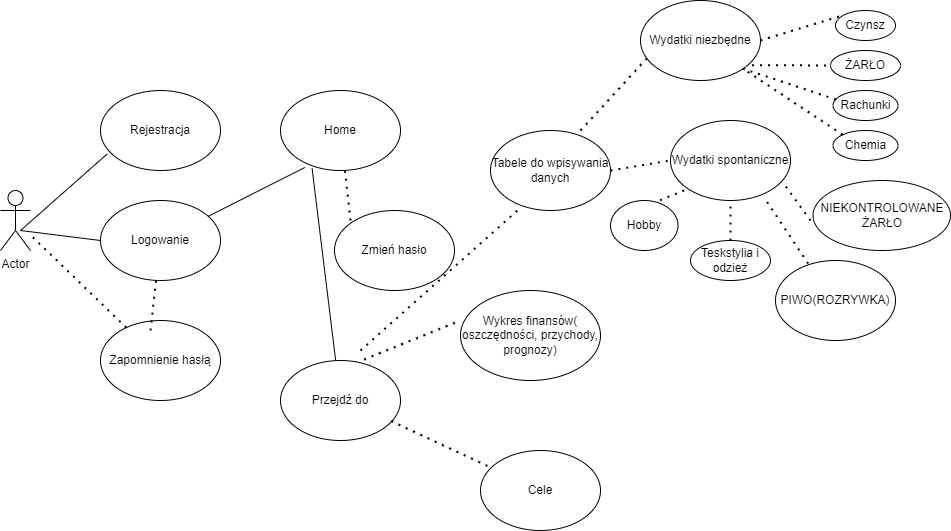
missbo-cyber/Project keeps this draw.io diagram as Diagram_finansow.png. Above is the earlier version. Source tidied: cells renumbered, new cells last; positions are measured from the earlier drawing's top-left corner, leaving out a move shared by most shapes. Its diagram source:
```xml
<mxGraphModel>
  <root>
    <mxCell id="0" />
    <mxCell id="1" parent="0" />
    <mxCell id="2" value="Actor" style="shape=umlActor;verticalLabelPosition=bottom;verticalAlign=top;html=1;outlineConnect=0;" parent="1" vertex="1">
      <mxGeometry y="190" width="30" height="60" as="geometry" />
    </mxCell>
    <mxCell id="3" value="Logowanie" style="ellipse;whiteSpace=wrap;html=1;" parent="1" vertex="1">
      <mxGeometry x="100" y="200" width="120" height="80" as="geometry" />
    </mxCell>
    <mxCell id="4" value="Rejestracja" style="ellipse;whiteSpace=wrap;html=1;" parent="1" vertex="1">
      <mxGeometry x="100" y="90" width="120" height="80" as="geometry" />
    </mxCell>
    <mxCell id="5" value="Zapomnienie hasłą" style="ellipse;whiteSpace=wrap;html=1;" parent="1" vertex="1">
      <mxGeometry x="100" y="320" width="120" height="80" as="geometry" />
    </mxCell>
    <mxCell id="6" style="endArrow=none;html=1;rounded=0;" parent="1" edge="1">
      <mxGeometry relative="1" as="geometry">
        <mxPoint x="20" y="230" as="sourcePoint" />
        <mxPoint x="100" y="240" as="targetPoint" />
      </mxGeometry>
    </mxCell>
    <mxCell id="7" value="Home" style="ellipse;whiteSpace=wrap;html=1;" parent="1" vertex="1">
      <mxGeometry x="280" y="90" width="120" height="80" as="geometry" />
    </mxCell>
    <mxCell id="8" style="endArrow=none;html=1;rounded=0;entryX=0.203;entryY=0.962;entryDx=0;entryDy=0;entryPerimeter=0;" parent="1" edge="1" source="3" target="7">
      <mxGeometry relative="1" as="geometry" />
    </mxCell>
    <mxCell id="9" style="endArrow=none;html=1;rounded=0;entryX=0.057;entryY=0.792;entryDx=0;entryDy=0;entryPerimeter=0;" parent="1" edge="1" target="4">
      <mxGeometry relative="1" as="geometry">
        <mxPoint x="20" y="230" as="sourcePoint" />
      </mxGeometry>
    </mxCell>
    <mxCell id="10" style="endArrow=none;dashed=1;html=1;dashPattern=1 3;strokeWidth=2;rounded=0;" parent="1" edge="1" source="5" target="2">
      <mxGeometry relative="1" as="geometry" />
    </mxCell>
    <mxCell id="11" style="endArrow=none;dashed=1;html=1;dashPattern=1 3;strokeWidth=2;rounded=0;" parent="1" edge="1" target="3">
      <mxGeometry relative="1" as="geometry">
        <mxPoint x="150" y="330" as="sourcePoint" />
      </mxGeometry>
    </mxCell>
    <mxCell id="12" value="Zmień hasło" style="ellipse;whiteSpace=wrap;html=1;" parent="1" vertex="1">
      <mxGeometry x="334" y="210" width="120" height="80" as="geometry" />
    </mxCell>
    <mxCell id="13" style="endArrow=none;dashed=1;html=1;dashPattern=1 3;strokeWidth=2;rounded=0;" parent="1" edge="1" target="7">
      <mxGeometry relative="1" as="geometry">
        <mxPoint x="350" y="220" as="sourcePoint" />
      </mxGeometry>
    </mxCell>
    <mxCell id="14" value="Przejdź do" style="ellipse;whiteSpace=wrap;html=1;" parent="1" vertex="1">
      <mxGeometry x="280" y="360" width="120" height="80" as="geometry" />
    </mxCell>
    <mxCell id="15" style="endArrow=none;html=1;rounded=0;entryX=0.263;entryY=0.972;entryDx=0;entryDy=0;entryPerimeter=0;" parent="1" edge="1" source="14" target="7">
      <mxGeometry relative="1" as="geometry" />
    </mxCell>
    <mxCell id="16" value="Wykres finansów( oszczędności, przychody, prognozy)" style="ellipse;whiteSpace=wrap;html=1;" parent="1" vertex="1">
      <mxGeometry x="460" y="290" width="140" height="90" as="geometry" />
    </mxCell>
    <mxCell id="17" style="endArrow=none;dashed=1;html=1;dashPattern=1 3;strokeWidth=2;rounded=0;exitX=0.697;exitY=-0.012;exitDx=0;exitDy=0;exitPerimeter=0;entryX=0;entryY=0.333;entryDx=0;entryDy=0;entryPerimeter=0;" parent="1" edge="1" source="14" target="16">
      <mxGeometry relative="1" as="geometry" />
    </mxCell>
    <mxCell id="18" value="Tabele do wpisywania&lt;br&gt;danych" style="ellipse;whiteSpace=wrap;html=1;" parent="1" vertex="1">
      <mxGeometry x="490" y="130" width="120" height="80" as="geometry" />
    </mxCell>
    <mxCell id="19" style="endArrow=none;dashed=1;html=1;dashPattern=1 3;strokeWidth=2;rounded=0;entryX=0.253;entryY=0.962;entryDx=0;entryDy=0;entryPerimeter=0;" parent="1" edge="1" target="18">
      <mxGeometry relative="1" as="geometry">
        <mxPoint x="360" y="350" as="sourcePoint" />
      </mxGeometry>
    </mxCell>
    <mxCell id="20" value="Cele" style="ellipse;whiteSpace=wrap;html=1;" parent="1" vertex="1">
      <mxGeometry x="480" y="450" width="120" height="80" as="geometry" />
    </mxCell>
    <mxCell id="21" style="endArrow=none;dashed=1;html=1;dashPattern=1 3;strokeWidth=2;rounded=0;exitX=0.923;exitY=0.758;exitDx=0;exitDy=0;exitPerimeter=0;" parent="1" edge="1" source="14" target="20">
      <mxGeometry relative="1" as="geometry" />
    </mxCell>
    <mxCell id="22" value="Wydatki niezbędne" style="ellipse;whiteSpace=wrap;html=1;" parent="1" vertex="1">
      <mxGeometry x="640" width="120" height="80" as="geometry" />
    </mxCell>
    <mxCell id="23" value="Wydatki spontaniczne" style="ellipse;whiteSpace=wrap;html=1;" parent="1" vertex="1">
      <mxGeometry x="670" y="120" width="120" height="80" as="geometry" />
    </mxCell>
    <mxCell id="24" style="endArrow=none;dashed=1;html=1;dashPattern=1 3;strokeWidth=2;rounded=0;exitX=0.75;exitY=0;exitDx=0;exitDy=0;exitPerimeter=0;entryX=0.057;entryY=0.717;entryDx=0;entryDy=0;entryPerimeter=0;" parent="1" edge="1" source="18" target="22">
      <mxGeometry relative="1" as="geometry" />
    </mxCell>
    <mxCell id="25" style="endArrow=none;dashed=1;html=1;dashPattern=1 3;strokeWidth=2;rounded=0;exitX=1;exitY=0.5;exitDx=0;exitDy=0;entryX=0;entryY=0.5;entryDx=0;entryDy=0;" parent="1" edge="1" source="18" target="23">
      <mxGeometry relative="1" as="geometry" />
    </mxCell>
    <mxCell id="26" value="Czynsz" style="ellipse;whiteSpace=wrap;html=1;" parent="1" vertex="1">
      <mxGeometry x="835" y="10" width="60" height="30" as="geometry" />
    </mxCell>
    <mxCell id="27" value="ŻARŁO" style="ellipse;whiteSpace=wrap;html=1;" parent="1" vertex="1">
      <mxGeometry x="830" y="50" width="70" height="30" as="geometry" />
    </mxCell>
    <mxCell id="28" value="Rachunki" style="ellipse;whiteSpace=wrap;html=1;" parent="1" vertex="1">
      <mxGeometry x="832.5" y="90" width="65" height="30" as="geometry" />
    </mxCell>
    <mxCell id="29" style="endArrow=none;dashed=1;html=1;dashPattern=1 3;strokeWidth=2;rounded=0;exitX=1;exitY=0.5;exitDx=0;exitDy=0;entryX=0;entryY=0;entryDx=0;entryDy=0;" parent="1" edge="1" source="22" target="26">
      <mxGeometry relative="1" as="geometry" />
    </mxCell>
    <mxCell id="30" style="endArrow=none;dashed=1;html=1;dashPattern=1 3;strokeWidth=2;rounded=0;exitX=0.93;exitY=0.808;exitDx=0;exitDy=0;exitPerimeter=0;entryX=0;entryY=0.5;entryDx=0;entryDy=0;" parent="1" edge="1" source="22" target="27">
      <mxGeometry relative="1" as="geometry" />
    </mxCell>
    <mxCell id="31" style="endArrow=none;dashed=1;html=1;dashPattern=1 3;strokeWidth=2;rounded=0;exitX=1;exitY=1;exitDx=0;exitDy=0;entryX=0.048;entryY=0.3;entryDx=0;entryDy=0;entryPerimeter=0;" parent="1" edge="1" source="22" target="28">
      <mxGeometry relative="1" as="geometry" />
    </mxCell>
    <mxCell id="32" value="Chemia" style="ellipse;whiteSpace=wrap;html=1;" parent="1" vertex="1">
      <mxGeometry x="832.5" y="130" width="65" height="30" as="geometry" />
    </mxCell>
    <mxCell id="33" style="endArrow=none;dashed=1;html=1;dashPattern=1 3;strokeWidth=2;rounded=0;exitX=0;exitY=0;exitDx=0;exitDy=0;" parent="1" edge="1" source="32" target="22">
      <mxGeometry relative="1" as="geometry" />
    </mxCell>
    <mxCell id="34" value="NIEKONTROLOWANE&lt;br&gt;ŻARŁO" style="ellipse;whiteSpace=wrap;html=1;" parent="1" vertex="1">
      <mxGeometry x="812.5" y="180" width="137.5" height="70" as="geometry" />
    </mxCell>
    <mxCell id="35" value="PIWO(ROZRYWKA)" style="ellipse;whiteSpace=wrap;html=1;" parent="1" vertex="1">
      <mxGeometry x="775" y="260" width="120" height="80" as="geometry" />
    </mxCell>
    <mxCell id="36" value="Hobby" style="ellipse;whiteSpace=wrap;html=1;" parent="1" vertex="1">
      <mxGeometry x="610" y="200" width="67.5" height="50" as="geometry" />
    </mxCell>
    <mxCell id="37" value="Teskstylia i odzież" style="ellipse;whiteSpace=wrap;html=1;" parent="1" vertex="1">
      <mxGeometry x="690" y="240" width="80" height="40" as="geometry" />
    </mxCell>
    <mxCell id="38" style="endArrow=none;dashed=1;html=1;dashPattern=1 3;strokeWidth=2;rounded=0;exitX=0.735;exitY=-0.004;exitDx=0;exitDy=0;exitPerimeter=0;entryX=0;entryY=1;entryDx=0;entryDy=0;" parent="1" edge="1" source="36" target="23">
      <mxGeometry relative="1" as="geometry" />
    </mxCell>
    <mxCell id="39" style="endArrow=none;dashed=1;html=1;dashPattern=1 3;strokeWidth=2;rounded=0;exitX=0.5;exitY=0;exitDx=0;exitDy=0;entryX=0.5;entryY=1;entryDx=0;entryDy=0;" parent="1" edge="1" source="37" target="23">
      <mxGeometry relative="1" as="geometry" />
    </mxCell>
    <mxCell id="40" style="endArrow=none;dashed=1;html=1;dashPattern=1 3;strokeWidth=2;rounded=0;entryX=0.933;entryY=0.768;entryDx=0;entryDy=0;entryPerimeter=0;" parent="1" edge="1" target="23">
      <mxGeometry relative="1" as="geometry">
        <mxPoint x="810" y="220" as="sourcePoint" />
      </mxGeometry>
    </mxCell>
    <mxCell id="41" style="endArrow=none;dashed=1;html=1;dashPattern=1 3;strokeWidth=2;rounded=0;entryX=0.787;entryY=0.978;entryDx=0;entryDy=0;entryPerimeter=0;exitX=0.272;exitY=0.038;exitDx=0;exitDy=0;exitPerimeter=0;" parent="1" edge="1" source="35" target="23">
      <mxGeometry relative="1" as="geometry" />
    </mxCell>
  </root>
</mxGraphModel>
```
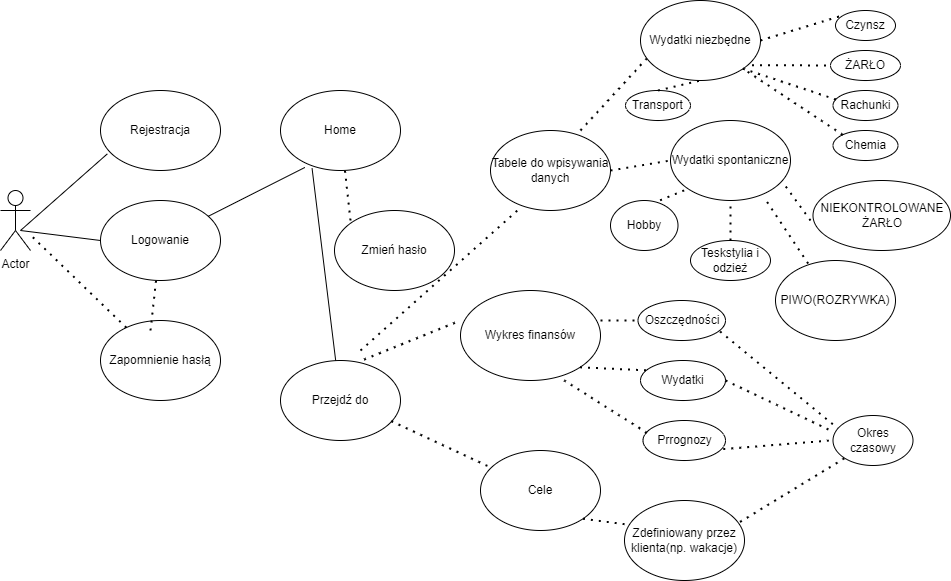
The same diagram one commit later.

The edit, as a diff of the source:
```diff
@@ -53,7 +53,7 @@
     <mxCell id="15" style="endArrow=none;html=1;rounded=0;entryX=0.263;entryY=0.972;entryDx=0;entryDy=0;entryPerimeter=0;" parent="1" edge="1" source="14" target="7">
       <mxGeometry relative="1" as="geometry" />
     </mxCell>
-    <mxCell id="16" value="Wykres finansów( oszczędności, przychody, prognozy)" style="ellipse;whiteSpace=wrap;html=1;" parent="1" vertex="1">
+    <mxCell id="16" value="Wykres finansów" style="ellipse;whiteSpace=wrap;html=1;" parent="1" vertex="1">
       <mxGeometry x="460" y="290" width="140" height="90" as="geometry" />
     </mxCell>
     <mxCell id="17" style="endArrow=none;dashed=1;html=1;dashPattern=1 3;strokeWidth=2;rounded=0;exitX=0.697;exitY=-0.012;exitDx=0;exitDy=0;exitPerimeter=0;entryX=0;entryY=0.333;entryDx=0;entryDy=0;entryPerimeter=0;" parent="1" edge="1" source="14" target="16">
@@ -135,5 +135,60 @@
     <mxCell id="41" style="endArrow=none;dashed=1;html=1;dashPattern=1 3;strokeWidth=2;rounded=0;entryX=0.787;entryY=0.978;entryDx=0;entryDy=0;entryPerimeter=0;exitX=0.272;exitY=0.038;exitDx=0;exitDy=0;exitPerimeter=0;" parent="1" edge="1" source="35" target="23">
       <mxGeometry relative="1" as="geometry" />
     </mxCell>
+    <mxCell id="42" value="Oszczędności" style="ellipse;whiteSpace=wrap;html=1;" parent="1" vertex="1">
+      <mxGeometry x="637.5" y="300" width="87.5" height="40" as="geometry" />
+    </mxCell>
+    <mxCell id="43" value="Wydatki" style="ellipse;whiteSpace=wrap;html=1;" parent="1" vertex="1">
+      <mxGeometry x="640" y="360" width="85" height="40" as="geometry" />
+    </mxCell>
+    <mxCell id="44" value="Prrognozy" style="ellipse;whiteSpace=wrap;html=1;" parent="1" vertex="1">
+      <mxGeometry x="642.5" y="420" width="82.5" height="40" as="geometry" />
+    </mxCell>
+    <mxCell id="45" style="endArrow=none;dashed=1;html=1;dashPattern=1 3;strokeWidth=2;rounded=0;entryX=0;entryY=0.5;entryDx=0;entryDy=0;" parent="1" edge="1" target="42">
+      <mxGeometry relative="1" as="geometry">
+        <mxPoint x="600" y="320" as="sourcePoint" />
+      </mxGeometry>
+    </mxCell>
+    <mxCell id="46" style="endArrow=none;dashed=1;html=1;dashPattern=1 3;strokeWidth=2;rounded=0;exitX=1;exitY=1;exitDx=0;exitDy=0;" parent="1" edge="1" source="16">
+      <mxGeometry relative="1" as="geometry">
+        <mxPoint x="650" y="370" as="targetPoint" />
+      </mxGeometry>
+    </mxCell>
+    <mxCell id="47" style="endArrow=none;dashed=1;html=1;dashPattern=1 3;strokeWidth=2;rounded=0;exitX=0.74;exitY=0.998;exitDx=0;exitDy=0;exitPerimeter=0;entryX=0.052;entryY=0.315;entryDx=0;entryDy=0;entryPerimeter=0;" parent="1" edge="1" source="16" target="44">
+      <mxGeometry relative="1" as="geometry" />
+    </mxCell>
+    <mxCell id="48" value="Okres czasowy" style="ellipse;whiteSpace=wrap;html=1;" parent="1" vertex="1">
+      <mxGeometry x="832.5" y="415" width="80" height="50" as="geometry" />
+    </mxCell>
+    <mxCell id="49" style="endArrow=none;dashed=1;html=1;dashPattern=1 3;strokeWidth=2;rounded=0;exitX=0.938;exitY=0.775;exitDx=0;exitDy=0;exitPerimeter=0;entryX=0.059;entryY=0.256;entryDx=0;entryDy=0;entryPerimeter=0;" parent="1" edge="1" source="42" target="48">
+      <mxGeometry relative="1" as="geometry" />
+    </mxCell>
+    <mxCell id="50" style="endArrow=none;dashed=1;html=1;dashPattern=1 3;strokeWidth=2;rounded=0;exitX=1;exitY=0.5;exitDx=0;exitDy=0;" parent="1" edge="1" source="43">
+      <mxGeometry relative="1" as="geometry">
+        <mxPoint x="830" y="430" as="targetPoint" />
+      </mxGeometry>
+    </mxCell>
+    <mxCell id="51" style="endArrow=none;dashed=1;html=1;dashPattern=1 3;strokeWidth=2;rounded=0;exitX=0.973;exitY=0.715;exitDx=0;exitDy=0;exitPerimeter=0;" parent="1" edge="1" source="44">
+      <mxGeometry relative="1" as="geometry">
+        <mxPoint x="830" y="440" as="targetPoint" />
+      </mxGeometry>
+    </mxCell>
+    <mxCell id="52" value="Zdefiniowany przez klienta(np. wakacje)" style="ellipse;whiteSpace=wrap;html=1;" parent="1" vertex="1">
+      <mxGeometry x="624" y="500" width="120" height="80" as="geometry" />
+    </mxCell>
+    <mxCell id="53" style="endArrow=none;dashed=1;html=1;dashPattern=1 3;strokeWidth=2;rounded=0;exitX=1;exitY=1;exitDx=0;exitDy=0;entryX=0.01;entryY=0.298;entryDx=0;entryDy=0;entryPerimeter=0;" parent="1" edge="1" source="20" target="52">
+      <mxGeometry relative="1" as="geometry" />
+    </mxCell>
+    <mxCell id="54" style="endArrow=none;dashed=1;html=1;dashPattern=1 3;strokeWidth=2;rounded=0;exitX=0.963;exitY=0.268;exitDx=0;exitDy=0;exitPerimeter=0;entryX=0;entryY=1;entryDx=0;entryDy=0;" parent="1" edge="1" source="52" target="48">
+      <mxGeometry relative="1" as="geometry" />
+    </mxCell>
+    <mxCell id="55" value="Transport" style="ellipse;whiteSpace=wrap;html=1;" parent="1" vertex="1">
+      <mxGeometry x="625" y="90" width="65" height="30" as="geometry" />
+    </mxCell>
+    <mxCell id="56" style="endArrow=none;dashed=1;html=1;dashPattern=1 3;strokeWidth=2;rounded=0;exitX=0.5;exitY=0;exitDx=0;exitDy=0;" parent="1" edge="1" source="55">
+      <mxGeometry relative="1" as="geometry">
+        <mxPoint x="700" y="80" as="targetPoint" />
+      </mxGeometry>
+    </mxCell>
   </root>
 </mxGraphModel>
```
